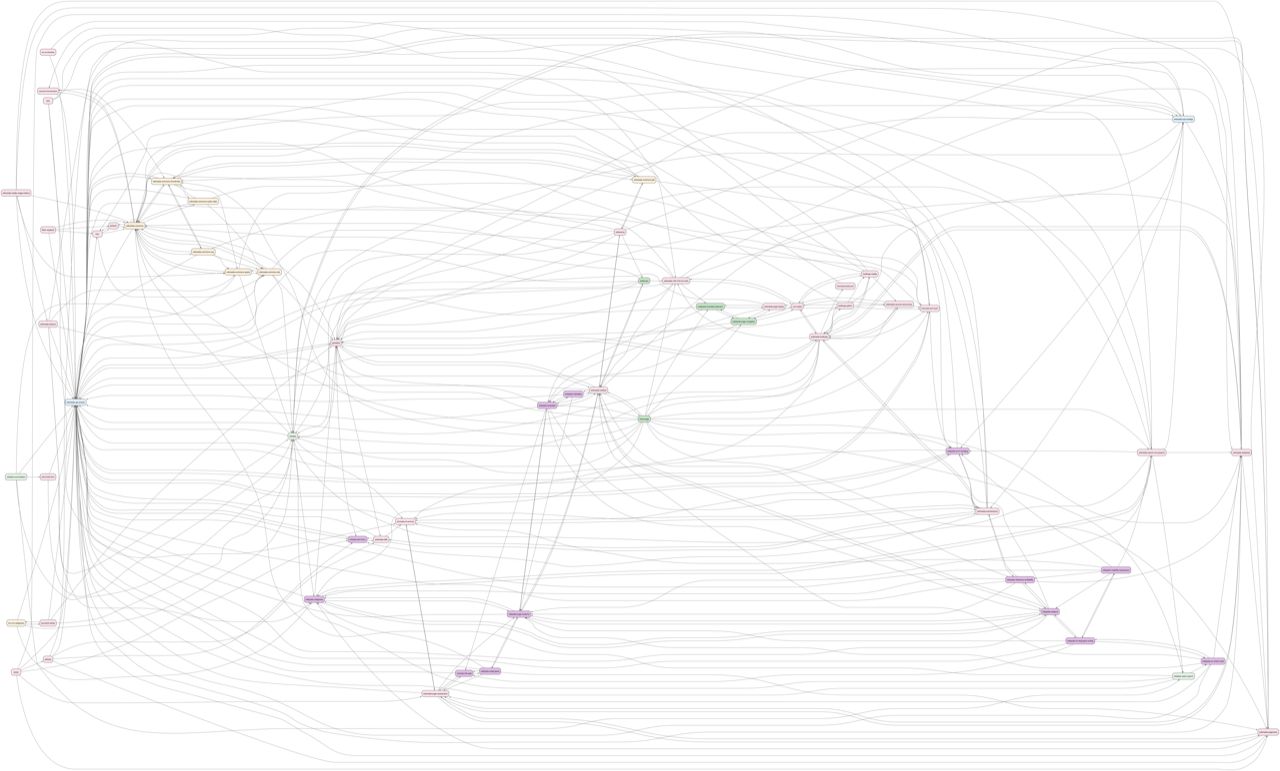
Before: docs/skills-network.png, a diagram exported from Graphviz (fuzheado/Wikipedia-AI-Skills). Its source is kept beside it as docs/skills-network.dot.
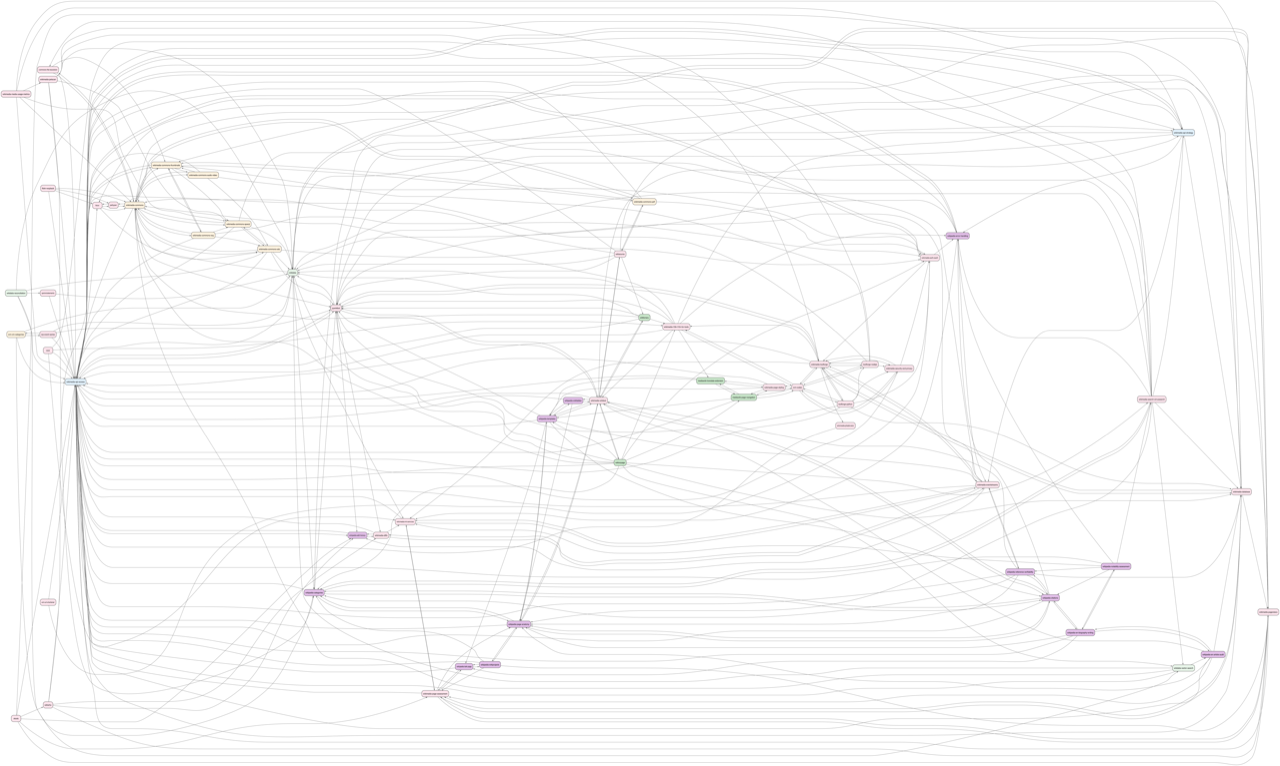
After the commit.

Commit message:
docs(skills): trim wikivoyage cross-references to content-backed links

The edit, as a diff of the source:
```diff
@@ -376,22 +376,17 @@
   "wikisource" -> "wikimedia-wikitext";
   "wikisource" -> "wiktionary";
   "wikivoyage" -> "mediawiki-page-navigation";
-  "wikivoyage" -> "mediawiki-translate-extension";
   "wikivoyage" -> "pywikibot";
   "wikivoyage" -> "wikidata";
   "wikivoyage" -> "wikidata-vector-search";
   "wikivoyage" -> "wikimedia-api-access";
   "wikivoyage" -> "wikimedia-auth-oauth";
   "wikivoyage" -> "wikimedia-commons";
-  "wikivoyage" -> "wikimedia-commons-thumbnails";
   "wikivoyage" -> "wikimedia-database";
   "wikivoyage" -> "wikimedia-i18n-l10n-for-tools";
-  "wikivoyage" -> "wikimedia-pageviews";
   "wikivoyage" -> "wikimedia-search-cirrussearch";
-  "wikivoyage" -> "wikimedia-toolforge";
   "wikivoyage" -> "wikimedia-wikitext";
   "wikivoyage" -> "wikipedia-categories";
-  "wikivoyage" -> "wikipedia-error-handling";
   "wikivoyage" -> "wikipedia-templates";
   "wikiwho" -> "wikimedia-api-access";
   "wikiwho" -> "wikimedia-api-strategy";
```
